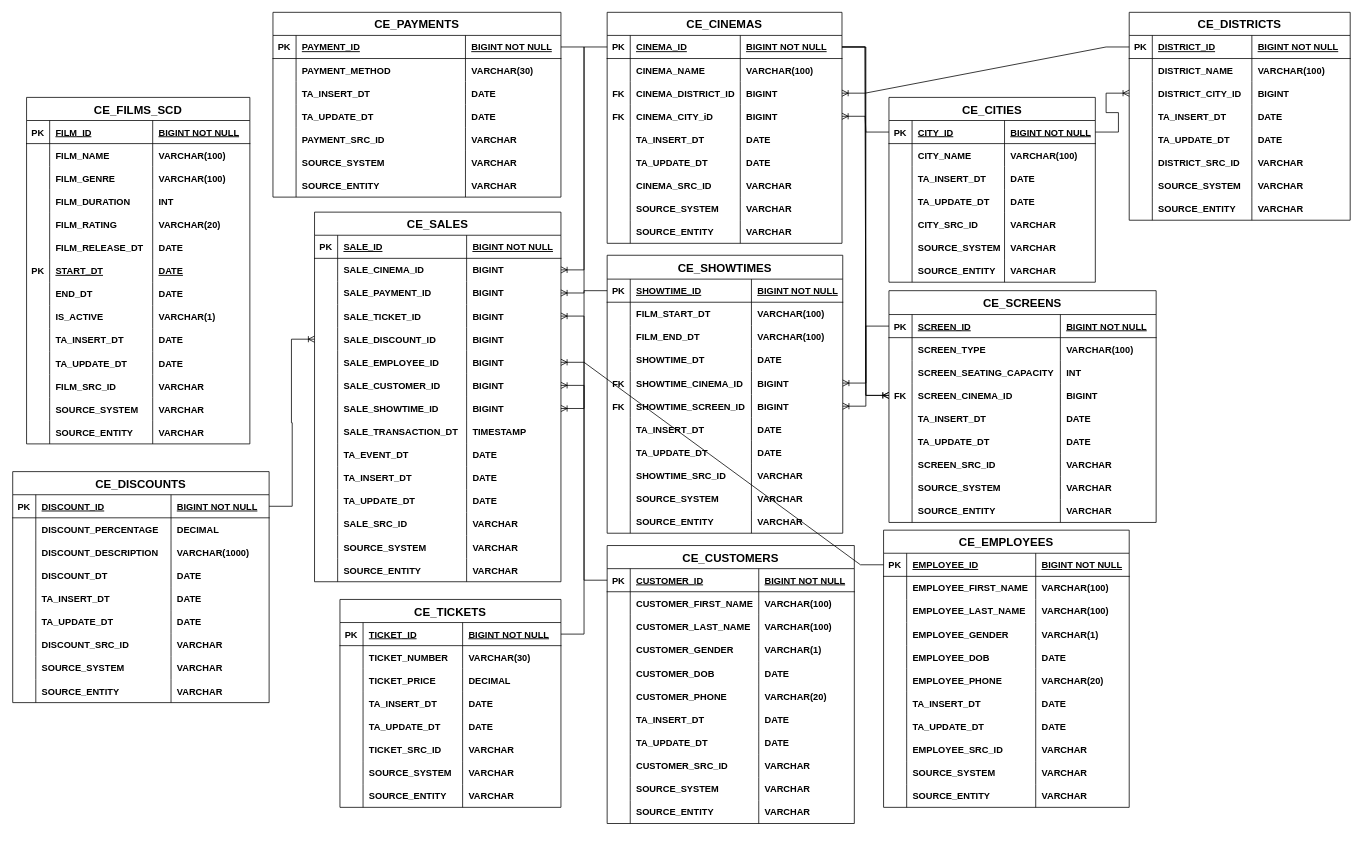
The draw.io diagram ticket_sales_3NF.drawio in GiorgiEz/DB-modeling, before the edit. Source tidied: cells renumbered, new cells numbered last; positions are measured from the earlier drawing's top-left corner, leaving out a move shared by most shapes. Both pictures are drawn from the tidied source at 77%, with x=0, y=0 at pixel (12, -15).
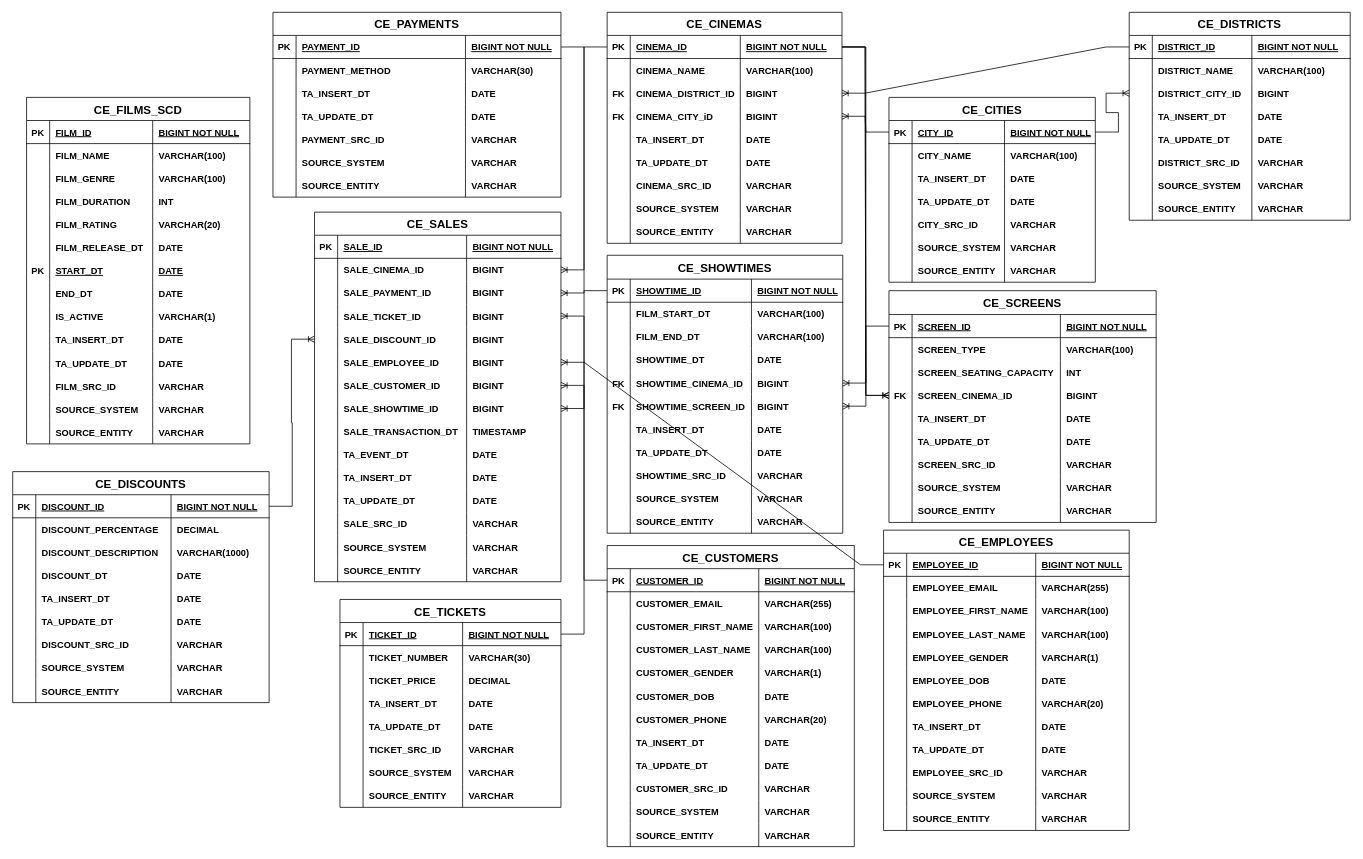
Above is the later version.

Diff of the diagram source:
```diff
@@
     <mxCell id="232" value="CE_EMPLOYEES" style="shape=table;startSize=30;childLayout=tableLayout;rowLines=0;fontStyle=1;align=center;fontSize=15;" parent="1" vertex="1">
-      <mxGeometry x="1131" y="708" width="319" height="360" as="geometry" />
+      <mxGeometry x="1131" y="708" width="319" height="390" as="geometry" />
     </mxCell>
@@
+    <mxCell id="504" style="shape=partialRectangle;fillColor=none;top=0;left=0;right=0;bottom=0;" parent="232" vertex="1">
+      <mxGeometry y="60" width="319" height="30" as="geometry" />
+    </mxCell>
+    <mxCell id="505" style="shape=partialRectangle;overflow=hidden;fillColor=none;top=0;left=0;bottom=0;right=0;" parent="504" vertex="1">
+      <mxGeometry width="30" height="30" as="geometry" />
+    </mxCell>
+    <mxCell id="506" value="EMPLOYEE_EMAIL" style="shape=partialRectangle;overflow=hidden;fillColor=none;top=0;left=0;bottom=0;right=0;align=left;spacingLeft=6;fontStyle=1;" parent="504" vertex="1">
+      <mxGeometry x="30" width="167.6" height="30" as="geometry" />
+    </mxCell>
+    <mxCell id="507" value="VARCHAR(255)" style="shape=partialRectangle;overflow=hidden;fillColor=none;top=0;left=0;bottom=0;right=0;align=left;spacingLeft=6;fontStyle=1;" parent="504" vertex="1">
+      <mxGeometry x="197.6" width="121.4" height="30" as="geometry" />
+    </mxCell>
     <mxCell id="237" style="shape=partialRectangle;fillColor=none;top=0;left=0;right=0;bottom=0;" parent="232" vertex="1">
-      <mxGeometry y="60" width="319" height="30" as="geometry" />
+      <mxGeometry y="90" width="319" height="30" as="geometry" />
     </mxCell>
@@
     <mxCell id="241" style="shape=partialRectangle;fillColor=none;top=0;left=0;right=0;bottom=0;" parent="232" vertex="1">
-      <mxGeometry y="90" width="319" height="30" as="geometry" />
+      <mxGeometry y="120" width="319" height="30" as="geometry" />
     </mxCell>
@@
     <mxCell id="245" style="shape=partialRectangle;fillColor=none;top=0;left=0;right=0;bottom=0;" parent="232" vertex="1">
-      <mxGeometry y="120" width="319" height="30" as="geometry" />
+      <mxGeometry y="150" width="319" height="30" as="geometry" />
     </mxCell>
@@
     <mxCell id="249" style="shape=partialRectangle;fillColor=none;top=0;left=0;right=0;bottom=0;" parent="232" vertex="1">
-      <mxGeometry y="150" width="319" height="30" as="geometry" />
+      <mxGeometry y="180" width="319" height="30" as="geometry" />
     </mxCell>
@@
     <mxCell id="253" style="shape=partialRectangle;fillColor=none;top=0;left=0;right=0;bottom=0;" parent="232" vertex="1">
-      <mxGeometry y="180" width="319" height="30" as="geometry" />
+      <mxGeometry y="210" width="319" height="30" as="geometry" />
     </mxCell>
@@
     <mxCell id="257" style="shape=partialRectangle;fillColor=none;top=0;left=0;right=0;bottom=0;" parent="232" vertex="1">
-      <mxGeometry y="210" width="319" height="30" as="geometry" />
+      <mxGeometry y="240" width="319" height="30" as="geometry" />
     </mxCell>
@@
     <mxCell id="261" style="shape=partialRectangle;fillColor=none;top=0;left=0;right=0;bottom=0;" parent="232" vertex="1">
-      <mxGeometry y="240" width="319" height="30" as="geometry" />
+      <mxGeometry y="270" width="319" height="30" as="geometry" />
     </mxCell>
@@
     <mxCell id="265" style="shape=partialRectangle;fillColor=none;top=0;left=0;right=0;bottom=0;" parent="232" vertex="1">
-      <mxGeometry y="270" width="319" height="30" as="geometry" />
+      <mxGeometry y="300" width="319" height="30" as="geometry" />
     </mxCell>
@@
     <mxCell id="269" style="shape=partialRectangle;fillColor=none;top=0;left=0;right=0;bottom=0;" parent="232" vertex="1">
-      <mxGeometry y="300" width="319" height="30" as="geometry" />
+      <mxGeometry y="330" width="319" height="30" as="geometry" />
     </mxCell>
@@
     <mxCell id="273" style="shape=partialRectangle;fillColor=none;top=0;left=0;right=0;bottom=0;" parent="232" vertex="1">
-      <mxGeometry y="330" width="319" height="30" as="geometry" />
+      <mxGeometry y="360" width="319" height="30" as="geometry" />
     </mxCell>
@@
     <mxCell id="277" value="CE_CUSTOMERS" style="shape=table;startSize=30;childLayout=tableLayout;rowLines=0;fontStyle=1;align=center;fontSize=15;" parent="1" vertex="1">
-      <mxGeometry x="772" y="728" width="321" height="361" as="geometry" />
+      <mxGeometry x="772" y="728" width="321" height="391" as="geometry" />
     </mxCell>
@@
+    <mxCell id="508" style="shape=partialRectangle;fillColor=none;top=0;left=0;right=0;bottom=0;" parent="277" vertex="1">
+      <mxGeometry y="60" width="321" height="30" as="geometry" />
+    </mxCell>
+    <mxCell id="509" style="shape=partialRectangle;overflow=hidden;fillColor=none;top=0;left=0;bottom=0;right=0;" parent="508" vertex="1">
+      <mxGeometry width="30" height="30" as="geometry" />
+    </mxCell>
+    <mxCell id="510" value="CUSTOMER_EMAIL" style="shape=partialRectangle;overflow=hidden;fillColor=none;top=0;left=0;bottom=0;right=0;align=left;spacingLeft=6;fontStyle=1;" parent="508" vertex="1">
+      <mxGeometry x="30" width="166.9" height="30" as="geometry" />
+    </mxCell>
+    <mxCell id="511" value="VARCHAR(255)" style="shape=partialRectangle;overflow=hidden;fillColor=none;top=0;left=0;bottom=0;right=0;align=left;spacingLeft=6;fontStyle=1;" parent="508" vertex="1">
+      <mxGeometry x="196.9" width="124.1" height="30" as="geometry" />
+    </mxCell>
     <mxCell id="282" style="shape=partialRectangle;fillColor=none;top=0;left=0;right=0;bottom=0;" parent="277" vertex="1">
-      <mxGeometry y="60" width="321" height="30" as="geometry" />
+      <mxGeometry y="90" width="321" height="30" as="geometry" />
     </mxCell>
@@
     <mxCell id="286" style="shape=partialRectangle;fillColor=none;top=0;left=0;right=0;bottom=0;" parent="277" vertex="1">
-      <mxGeometry y="90" width="321" height="30" as="geometry" />
+      <mxGeometry y="120" width="321" height="30" as="geometry" />
     </mxCell>
@@
     <mxCell id="290" style="shape=partialRectangle;fillColor=none;top=0;left=0;right=0;bottom=0;" parent="277" vertex="1">
-      <mxGeometry y="120" width="321" height="31" as="geometry" />
+      <mxGeometry y="150" width="321" height="31" as="geometry" />
     </mxCell>
@@
     <mxCell id="294" style="shape=partialRectangle;fillColor=none;top=0;left=0;right=0;bottom=0;" parent="277" vertex="1">
-      <mxGeometry y="151" width="321" height="30" as="geometry" />
+      <mxGeometry y="181" width="321" height="30" as="geometry" />
     </mxCell>
@@
     <mxCell id="298" style="shape=partialRectangle;fillColor=none;top=0;left=0;right=0;bottom=0;" parent="277" vertex="1">
-      <mxGeometry y="181" width="321" height="30" as="geometry" />
+      <mxGeometry y="211" width="321" height="30" as="geometry" />
     </mxCell>
@@
     <mxCell id="302" style="shape=partialRectangle;fillColor=none;top=0;left=0;right=0;bottom=0;" parent="277" vertex="1">
-      <mxGeometry y="211" width="321" height="30" as="geometry" />
+      <mxGeometry y="241" width="321" height="30" as="geometry" />
     </mxCell>
@@
     <mxCell id="306" style="shape=partialRectangle;fillColor=none;top=0;left=0;right=0;bottom=0;" parent="277" vertex="1">
-      <mxGeometry y="241" width="321" height="30" as="geometry" />
+      <mxGeometry y="271" width="321" height="30" as="geometry" />
     </mxCell>
@@
     <mxCell id="310" style="shape=partialRectangle;fillColor=none;top=0;left=0;right=0;bottom=0;" parent="277" vertex="1">
-      <mxGeometry y="271" width="321" height="30" as="geometry" />
+      <mxGeometry y="301" width="321" height="30" as="geometry" />
     </mxCell>
@@
     <mxCell id="314" style="shape=partialRectangle;fillColor=none;top=0;left=0;right=0;bottom=0;" parent="277" vertex="1">
-      <mxGeometry y="301" width="321" height="30" as="geometry" />
+      <mxGeometry y="331" width="321" height="30" as="geometry" />
     </mxCell>
@@
     <mxCell id="318" style="shape=partialRectangle;fillColor=none;top=0;left=0;right=0;bottom=0;" parent="277" vertex="1">
-      <mxGeometry y="331" width="321" height="30" as="geometry" />
+      <mxGeometry y="361" width="321" height="30" as="geometry" />
     </mxCell>
```
